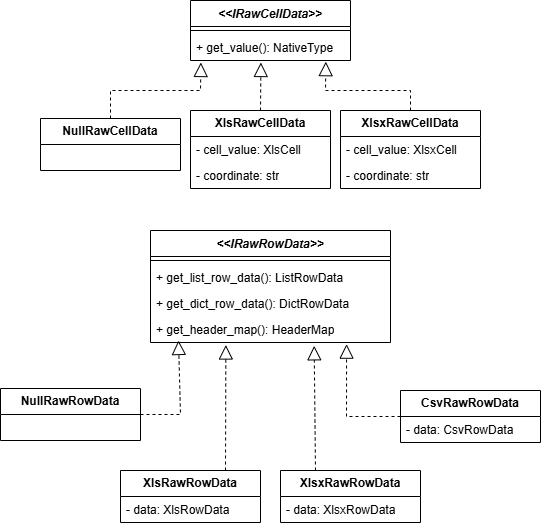
The draw.io diagram images/Model.png in boumasim/RFExcel, before a commit. Source tidied: cells renumbered, new cells last; positions are measured from the earlier drawing's top-left corner, leaving out a move shared by most shapes.
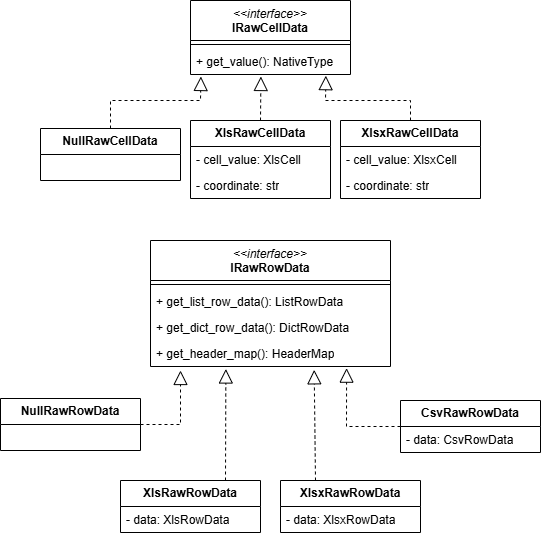
Above is the later version.

The edit, as a diff of the source:
```diff
@@ -2,14 +2,14 @@
   <root>
     <mxCell id="0" />
     <mxCell id="1" parent="0" />
-    <mxCell id="2" value="&lt;i&gt;&amp;lt;&amp;lt;IRawCellData&amp;gt;&amp;gt;&lt;/i&gt;" style="swimlane;fontStyle=1;align=center;verticalAlign=top;horizontal=1;startSize=26;whiteSpace=wrap;html=1;" parent="1" vertex="1">
-      <mxGeometry x="190" width="160" height="60" as="geometry" />
-    </mxCell>
-    <mxCell id="3" style="line;strokeWidth=1;fillColor=none;align=left;verticalAlign=middle;spacingTop=-1;spacingLeft=3;spacingRight=3;labelPosition=right;strokeColor=inherit;" parent="2" vertex="1">
-      <mxGeometry y="26" width="160" height="8" as="geometry" />
-    </mxCell>
+    <mxCell id="31" value="&lt;div&gt;&lt;i style=&quot;font-weight: normal;&quot;&gt;&amp;lt;&amp;lt;interface&amp;gt;&amp;gt;&lt;/i&gt;&lt;/div&gt;IRawCellData" style="swimlane;fontStyle=1;align=center;verticalAlign=top;horizontal=1;startSize=40;whiteSpace=wrap;html=1;" parent="1" vertex="1">
+      <mxGeometry x="190" y="-10" width="160" height="74" as="geometry" />
+    </mxCell>
+    <mxCell id="32" style="line;strokeWidth=1;fillColor=none;align=left;verticalAlign=middle;spacingTop=-1;spacingLeft=3;spacingRight=3;labelPosition=right;strokeColor=inherit;" parent="31" vertex="1">
+      <mxGeometry y="40" width="160" height="8" as="geometry" />
+    </mxCell>
-    <mxCell id="4" value="+ get_value(): NativeType" style="text;strokeColor=none;fillColor=none;align=left;verticalAlign=top;spacingLeft=4;spacingRight=4;overflow=hidden;points=[[0,0.5],[1,0.5]];portConstraint=eastwest;whiteSpace=wrap;html=1;" parent="2" vertex="1">
-      <mxGeometry y="34" width="160" height="26" as="geometry" />
+    <mxCell id="4" value="+ get_value(): NativeType" style="text;strokeColor=none;fillColor=none;align=left;verticalAlign=top;spacingLeft=4;spacingRight=4;overflow=hidden;points=[[0,0.5],[1,0.5]];portConstraint=eastwest;whiteSpace=wrap;html=1;" parent="31" vertex="1">
+      <mxGeometry y="48" width="160" height="26" as="geometry" />
     </mxCell>
     <mxCell id="5" value="&lt;b&gt;NullRawCellData&lt;/b&gt;" style="swimlane;fontStyle=0;horizontal=1;startSize=26;fillColor=none;whiteSpace=wrap;html=1;" parent="1" vertex="1">
       <mxGeometry x="40" y="118" width="140" height="52" as="geometry" />
@@ -51,20 +51,20 @@
         </Array>
       </mxGeometry>
     </mxCell>
-    <mxCell id="15" value="&lt;i&gt;&amp;lt;&amp;lt;IRawRowData&amp;gt;&amp;gt;&lt;/i&gt;" style="swimlane;fontStyle=1;align=center;verticalAlign=top;horizontal=1;startSize=26;whiteSpace=wrap;html=1;" parent="1" vertex="1">
-      <mxGeometry x="150" y="230" width="240" height="112" as="geometry" />
-    </mxCell>
-    <mxCell id="16" style="line;strokeWidth=1;fillColor=none;align=left;verticalAlign=middle;spacingTop=-1;spacingLeft=3;spacingRight=3;labelPosition=right;strokeColor=inherit;" parent="15" vertex="1">
-      <mxGeometry y="26" width="240" height="8" as="geometry" />
-    </mxCell>
+    <mxCell id="33" value="&lt;div&gt;&lt;i style=&quot;font-weight: normal;&quot;&gt;&amp;lt;&amp;lt;interface&amp;gt;&amp;gt;&lt;/i&gt;&lt;/div&gt;IRawRowData" style="swimlane;fontStyle=1;align=center;verticalAlign=top;horizontal=1;startSize=40;whiteSpace=wrap;html=1;" parent="1" vertex="1">
+      <mxGeometry x="150" y="230" width="240" height="126" as="geometry" />
+    </mxCell>
+    <mxCell id="34" style="line;strokeWidth=1;fillColor=none;align=left;verticalAlign=middle;spacingTop=-1;spacingLeft=3;spacingRight=3;labelPosition=right;strokeColor=inherit;" parent="33" vertex="1">
+      <mxGeometry y="40" width="240" height="8" as="geometry" />
+    </mxCell>
-    <mxCell id="17" value="+ get_list_row_data(): ListRowData" style="text;strokeColor=none;fillColor=none;align=left;verticalAlign=top;spacingLeft=4;spacingRight=4;overflow=hidden;whiteSpace=wrap;html=1;" parent="15" vertex="1">
-      <mxGeometry y="34" width="240" height="26" as="geometry" />
+    <mxCell id="17" value="+ get_list_row_data(): ListRowData" style="text;strokeColor=none;fillColor=none;align=left;verticalAlign=top;spacingLeft=4;spacingRight=4;overflow=hidden;whiteSpace=wrap;html=1;" parent="33" vertex="1">
+      <mxGeometry y="48" width="240" height="26" as="geometry" />
     </mxCell>
-    <mxCell id="18" value="+ get_dict_row_data(): DictRowData" style="text;strokeColor=none;fillColor=none;align=left;verticalAlign=top;spacingLeft=4;spacingRight=4;overflow=hidden;whiteSpace=wrap;html=1;" parent="15" vertex="1">
-      <mxGeometry y="60" width="240" height="26" as="geometry" />
+    <mxCell id="18" value="+ get_dict_row_data(): DictRowData" style="text;strokeColor=none;fillColor=none;align=left;verticalAlign=top;spacingLeft=4;spacingRight=4;overflow=hidden;whiteSpace=wrap;html=1;" parent="33" vertex="1">
+      <mxGeometry y="74" width="240" height="26" as="geometry" />
     </mxCell>
-    <mxCell id="19" value="+ get_header_map(): HeaderMap" style="text;strokeColor=none;fillColor=none;align=left;verticalAlign=top;spacingLeft=4;spacingRight=4;overflow=hidden;points=[[0,0.5],[1,0.5]];portConstraint=eastwest;whiteSpace=wrap;html=1;" parent="15" vertex="1">
-      <mxGeometry y="86" width="240" height="26" as="geometry" />
+    <mxCell id="19" value="+ get_header_map(): HeaderMap" style="text;strokeColor=none;fillColor=none;align=left;verticalAlign=top;spacingLeft=4;spacingRight=4;overflow=hidden;points=[[0,0.5],[1,0.5]];portConstraint=eastwest;whiteSpace=wrap;html=1;" parent="33" vertex="1">
+      <mxGeometry y="100" width="240" height="26" as="geometry" />
     </mxCell>
     <mxCell id="20" value="&lt;b&gt;NullRawRowData&lt;/b&gt;" style="swimlane;fontStyle=0;horizontal=1;startSize=26;fillColor=none;whiteSpace=wrap;html=1;" parent="1" vertex="1">
       <mxGeometry y="388" width="140" height="52" as="geometry" />
@@ -87,14 +87,14 @@
     <mxCell id="26" value="- data: CsvRowData" style="text;strokeColor=none;fillColor=none;align=left;verticalAlign=top;spacingLeft=4;spacingRight=4;overflow=hidden;whiteSpace=wrap;html=1;" parent="25" vertex="1">
       <mxGeometry y="26" width="140" height="26" as="geometry" />
     </mxCell>
-    <mxCell id="27" style="endArrow=block;dashed=1;endFill=0;endSize=12;html=1;rounded=0;exitX=1;exitY=0.5;exitDx=0;exitDy=0;" parent="1" edge="1" source="20">
-      <mxGeometry relative="1" as="geometry">
-        <mxPoint x="178" y="340" as="targetPoint" />
-        <Array as="points">
-          <mxPoint x="180" y="414" />
-        </Array>
-      </mxGeometry>
-    </mxCell>
+    <mxCell id="35" style="endArrow=block;dashed=1;endFill=0;endSize=12;html=1;rounded=0;exitX=1;exitY=0.5;exitDx=0;exitDy=0;" parent="1" edge="1" source="20">
+      <mxGeometry relative="1" as="geometry">
+        <mxPoint x="180" y="360" as="targetPoint" />
+        <Array as="points">
+          <mxPoint x="180" y="414" />
+        </Array>
+      </mxGeometry>
+    </mxCell>
     <mxCell id="28" style="endArrow=block;dashed=1;endFill=0;endSize=12;html=1;rounded=0;exitX=0.75;exitY=0;exitDx=0;exitDy=0;entryX=0.314;entryY=1.096;entryDx=0;entryDy=0;entryPerimeter=0;" parent="1" edge="1" source="21" target="19">
       <mxGeometry relative="1" as="geometry" />
     </mxCell>
```
